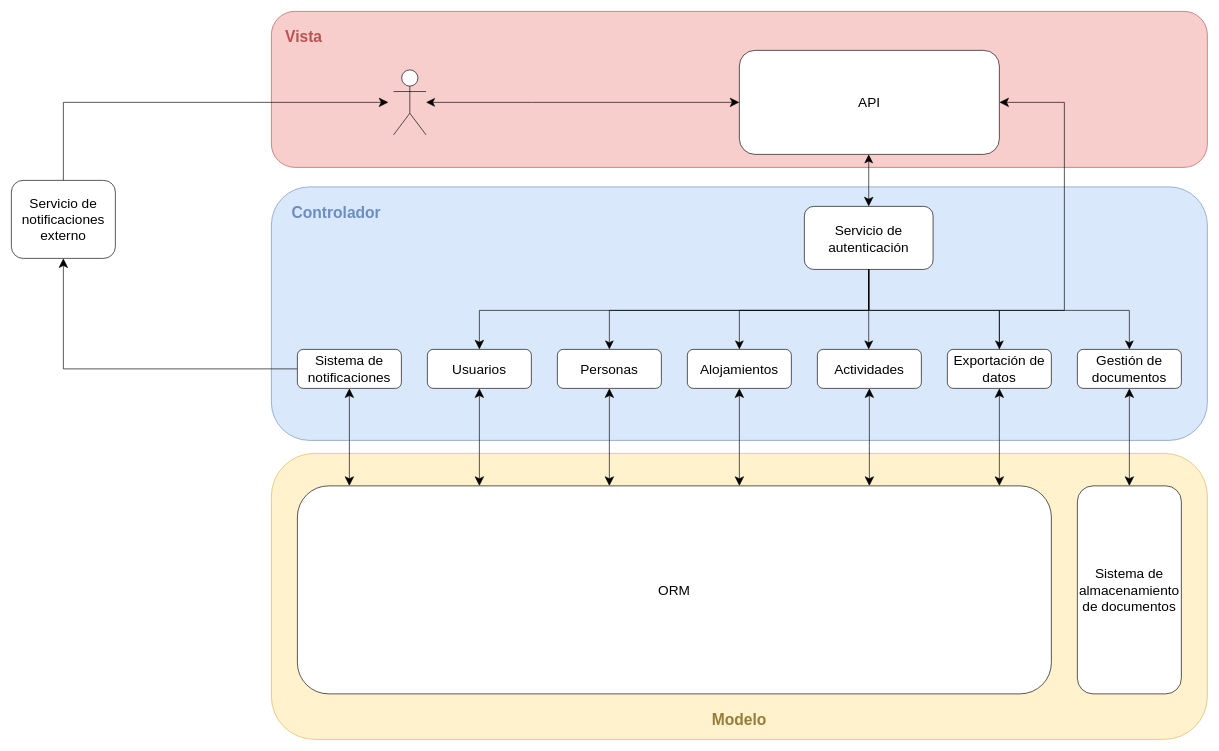
Above: diseno/sistema/Arquitectura.drawio in corderop/TFG (draw.io), before the change. Source tidied: cells renumbered, new cells numbered last; positions are measured from the earlier drawing's top-left corner, leaving out a move shared by most shapes. Both pictures are drawn from the tidied source at 65%, with x=0, y=0 at pixel (11, 11).
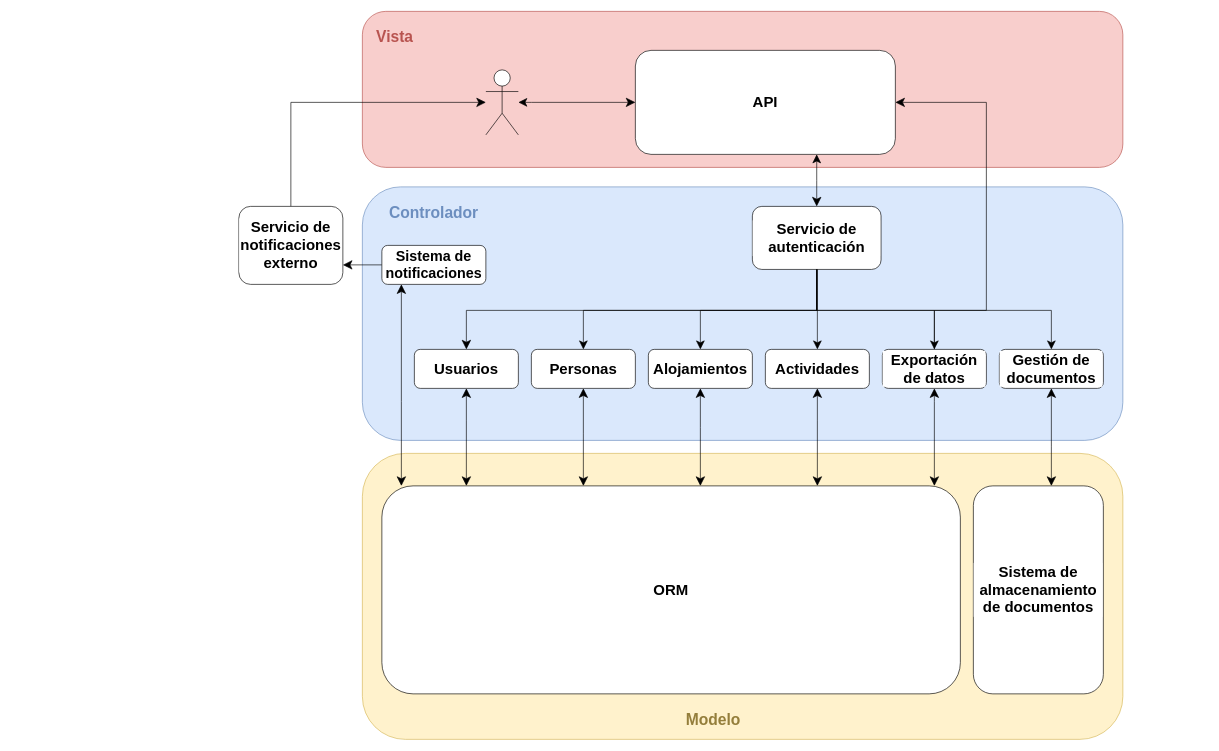
The same diagram, later.

The edit, as a diff of the source:
```diff
@@
     <mxCell id="2" style="rounded=1;whiteSpace=wrap;html=1;fillColor=#f8cecc;strokeColor=#B85450;" parent="1" vertex="1">
-      <mxGeometry x="400" width="1440" height="240" as="geometry" />
+      <mxGeometry x="540" width="1170" height="240" as="geometry" />
     </mxCell>
     <mxCell id="3" style="rounded=1;whiteSpace=wrap;html=1;fillColor=#fff2cc;strokeColor=#d6b656;" parent="1" vertex="1">
-      <mxGeometry x="400" y="680" width="1440" height="440" as="geometry" />
+      <mxGeometry x="540" y="680" width="1170" height="440" as="geometry" />
     </mxCell>
     <mxCell id="4" style="rounded=1;whiteSpace=wrap;html=1;fillColor=#dae8fc;strokeColor=#6C8EBF;" parent="1" vertex="1">
-      <mxGeometry x="400" y="270" width="1440" height="390" as="geometry" />
+      <mxGeometry x="540" y="270" width="1170" height="390" as="geometry" />
     </mxCell>
@@
     <mxCell id="6" style="shape=umlActor;verticalLabelPosition=bottom;verticalAlign=top;html=1;" parent="1" vertex="1">
-      <mxGeometry x="588" y="90" width="50" height="100" as="geometry" />
+      <mxGeometry x="730" y="90" width="50" height="100" as="geometry" />
     </mxCell>
     <mxCell id="7" style="edgeStyle=orthogonalEdgeStyle;rounded=0;jettySize=auto;html=1;startArrow=classic;startFill=1;startSize=11;endSize=12;" parent="1" edge="1" source="8" target="10">
       <mxGeometry relative="1" as="geometry">
         <Array as="points">
-          <mxPoint x="1319" y="260" />
-          <mxPoint x="1319" y="260" />
+          <mxPoint x="1239" y="260" />
+          <mxPoint x="1239" y="260" />
         </Array>
       </mxGeometry>
     </mxCell>
-    <mxCell id="8" value="&lt;font style=&quot;font-size: 21px&quot;&gt;API&lt;/font&gt;" style="rounded=1;whiteSpace=wrap;html=1;" parent="1" vertex="1">
-      <mxGeometry x="1120" y="60" width="400" height="160" as="geometry" />
+    <mxCell id="8" value="&lt;font style=&quot;font-size: 23px;&quot;&gt;API&lt;/font&gt;" style="rounded=1;whiteSpace=wrap;html=1;fontStyle=1;labelBackgroundColor=#ffffff;fontSize=23;" parent="1" vertex="1">
+      <mxGeometry x="960" y="60" width="400" height="160" as="geometry" />
     </mxCell>
     <mxCell id="9" style="edgeStyle=orthogonalEdgeStyle;rounded=0;jettySize=auto;html=1;startArrow=none;startFill=0;startSize=11;endSize=12;endArrow=classic;endFill=1;" parent="1" edge="1" source="10" target="21">
       <mxGeometry relative="1" as="geometry">
         <Array as="points">
-          <mxPoint x="1319" y="460" />
-          <mxPoint x="720" y="460" />
+          <mxPoint x="1239" y="460" />
+          <mxPoint x="700" y="460" />
         </Array>
       </mxGeometry>
     </mxCell>
-    <mxCell id="10" value="&lt;font style=&quot;font-size: 21px&quot;&gt;Servicio de autenticación&lt;/font&gt;" style="rounded=1;whiteSpace=wrap;html=1;" parent="1" vertex="1">
-      <mxGeometry x="1220" y="300" width="198" height="97" as="geometry" />
+    <mxCell id="10" value="&lt;font style=&quot;font-size: 23px;&quot;&gt;Servicio de autenticación&lt;/font&gt;" style="rounded=1;whiteSpace=wrap;html=1;fontStyle=1;labelBackgroundColor=#ffffff;fontSize=23;" parent="1" vertex="1">
+      <mxGeometry x="1140" y="300" width="198" height="97" as="geometry" />
     </mxCell>
     <mxCell id="11" style="edgeStyle=orthogonalEdgeStyle;rounded=0;jettySize=auto;html=1;startArrow=classic;startFill=1;startSize=11;endSize=12;endArrow=none;endFill=0;" parent="1" edge="1" source="13" target="10">
       <mxGeometry relative="1" as="geometry">
         <Array as="points">
-          <mxPoint x="920" y="460" />
-          <mxPoint x="1319" y="460" />
+          <mxPoint x="880" y="460" />
+          <mxPoint x="1239" y="460" />
         </Array>
       </mxGeometry>
     </mxCell>
     <mxCell id="12" style="edgeStyle=orthogonalEdgeStyle;rounded=0;jettySize=auto;html=1;startArrow=classic;startFill=1;startSize=12;endArrow=classic;endFill=1;endSize=12;" parent="1" edge="1" source="13" target="32">
       <mxGeometry relative="1" as="geometry">
         <Array as="points">
-          <mxPoint x="920" y="650" />
-          <mxPoint x="920" y="650" />
+          <mxPoint x="880" y="650" />
+          <mxPoint x="880" y="650" />
         </Array>
       </mxGeometry>
     </mxCell>
-    <mxCell id="13" value="&lt;font style=&quot;font-size: 21px&quot;&gt;Personas&lt;/font&gt;" style="rounded=1;whiteSpace=wrap;html=1;" parent="1" vertex="1">
-      <mxGeometry x="840" y="520" width="160" height="60" as="geometry" />
+    <mxCell id="13" value="&lt;font style=&quot;font-size: 23px;&quot;&gt;Personas&lt;/font&gt;" style="rounded=1;whiteSpace=wrap;html=1;fontStyle=1;fontSize=23;" parent="1" vertex="1">
+      <mxGeometry x="800" y="520" width="160" height="60" as="geometry" />
     </mxCell>
     <mxCell id="14" style="edgeStyle=orthogonalEdgeStyle;rounded=0;jettySize=auto;html=1;startArrow=classic;startFill=1;startSize=11;endArrow=none;endFill=0;endSize=12;" parent="1" edge="1" source="16" target="10">
       <mxGeometry relative="1" as="geometry">
         <Array as="points">
-          <mxPoint x="1120" y="460" />
-          <mxPoint x="1319" y="460" />
+          <mxPoint x="1060" y="460" />
+          <mxPoint x="1239" y="460" />
         </Array>
       </mxGeometry>
     </mxCell>
     <mxCell id="15" style="edgeStyle=orthogonalEdgeStyle;rounded=0;jettySize=auto;html=1;startArrow=classic;startFill=1;startSize=12;endArrow=classic;endFill=1;endSize=12;" parent="1" edge="1" source="16" target="32">
       <mxGeometry relative="1" as="geometry">
         <Array as="points">
-          <mxPoint x="1120" y="680" />
-          <mxPoint x="1120" y="680" />
+          <mxPoint x="1060" y="640" />
+          <mxPoint x="1060" y="640" />
         </Array>
       </mxGeometry>
     </mxCell>
-    <mxCell id="16" value="&lt;font style=&quot;font-size: 21px&quot;&gt;Alojamientos&lt;/font&gt;" style="rounded=1;whiteSpace=wrap;html=1;" parent="1" vertex="1">
-      <mxGeometry x="1040" y="520" width="160" height="60" as="geometry" />
+    <mxCell id="16" value="&lt;font style=&quot;font-size: 23px;&quot;&gt;Alojamientos&lt;/font&gt;" style="rounded=1;whiteSpace=wrap;html=1;fontStyle=1;labelBackgroundColor=#ffffff;fontSize=23;" parent="1" vertex="1">
+      <mxGeometry x="980" y="520" width="160" height="60" as="geometry" />
     </mxCell>
     <mxCell id="17" style="edgeStyle=orthogonalEdgeStyle;rounded=0;jettySize=auto;html=1;startArrow=classic;startFill=1;startSize=11;endArrow=none;endFill=0;endSize=12;" parent="1" edge="1" source="19" target="10">
       <mxGeometry relative="1" as="geometry">
         <Array as="points">
-          <mxPoint x="1319" y="454" />
-          <mxPoint x="1319" y="454" />
+          <mxPoint x="1240" y="430" />
+          <mxPoint x="1240" y="430" />
         </Array>
       </mxGeometry>
     </mxCell>
     <mxCell id="18" style="edgeStyle=orthogonalEdgeStyle;rounded=0;jettySize=auto;html=1;startArrow=classic;startFill=1;startSize=12;endArrow=classic;endFill=1;endSize=12;" parent="1" edge="1" source="19" target="32">
       <mxGeometry relative="1" as="geometry">
         <Array as="points">
-          <mxPoint x="1320" y="670" />
-          <mxPoint x="1320" y="670" />
+          <mxPoint x="1240" y="630" />
+          <mxPoint x="1240" y="630" />
         </Array>
       </mxGeometry>
     </mxCell>
-    <mxCell id="19" value="&lt;font style=&quot;font-size: 21px&quot;&gt;Actividades&lt;/font&gt;" style="rounded=1;whiteSpace=wrap;html=1;" parent="1" vertex="1">
-      <mxGeometry x="1240" y="520" width="160" height="60" as="geometry" />
+    <mxCell id="19" value="&lt;font style=&quot;font-size: 23px;&quot;&gt;Actividades&lt;/font&gt;" style="rounded=1;whiteSpace=wrap;html=1;fontStyle=1;labelBackgroundColor=#ffffff;fontSize=23;" parent="1" vertex="1">
+      <mxGeometry x="1160" y="520" width="160" height="60" as="geometry" />
     </mxCell>
     <mxCell id="20" style="edgeStyle=orthogonalEdgeStyle;rounded=0;jettySize=auto;html=1;startArrow=classic;startFill=1;startSize=12;endArrow=classic;endFill=1;endSize=12;" parent="1" edge="1" source="21" target="32">
       <mxGeometry relative="1" as="geometry">
         <Array as="points">
-          <mxPoint x="720" y="680" />
-          <mxPoint x="720" y="680" />
+          <mxPoint x="700" y="630" />
+          <mxPoint x="700" y="630" />
         </Array>
       </mxGeometry>
     </mxCell>
-    <mxCell id="21" value="&lt;font style=&quot;font-size: 21px&quot;&gt;Usuarios&lt;br&gt;&lt;/font&gt;" style="rounded=1;whiteSpace=wrap;html=1;" parent="1" vertex="1">
-      <mxGeometry x="640" y="520" width="160" height="60" as="geometry" />
+    <mxCell id="21" value="&lt;font style=&quot;font-size: 23px;&quot;&gt;Usuarios&lt;br style=&quot;font-size: 23px;&quot;&gt;&lt;/font&gt;" style="rounded=1;whiteSpace=wrap;html=1;fontSize=23;fontStyle=1;" parent="1" vertex="1">
+      <mxGeometry x="620" y="520" width="160" height="60" as="geometry" />
     </mxCell>
     <mxCell id="22" style="edgeStyle=orthogonalEdgeStyle;rounded=0;jettySize=auto;html=1;startArrow=classic;startFill=1;startSize=11;endArrow=none;endFill=0;endSize=12;" parent="1" edge="1" source="24" target="10">
       <mxGeometry relative="1" as="geometry">
         <Array as="points">
-          <mxPoint x="1720" y="460" />
-          <mxPoint x="1319" y="460" />
+          <mxPoint x="1600" y="460" />
+          <mxPoint x="1239" y="460" />
         </Array>
       </mxGeometry>
     </mxCell>
     <mxCell id="23" style="edgeStyle=orthogonalEdgeStyle;rounded=0;jettySize=auto;html=1;startArrow=classic;startFill=1;startSize=12;endArrow=classic;endFill=1;endSize=12;" parent="1" edge="1" source="24" target="33">
-      <mxGeometry relative="1" as="geometry" />
+      <mxGeometry relative="1" as="geometry">
+        <Array as="points">
+          <mxPoint x="1600" y="670" />
+          <mxPoint x="1600" y="670" />
+        </Array>
+      </mxGeometry>
     </mxCell>
-    <mxCell id="24" value="&lt;font style=&quot;font-size: 21px&quot;&gt;Gestión de documentos&lt;br&gt;&lt;/font&gt;" style="rounded=1;whiteSpace=wrap;html=1;" parent="1" vertex="1">
-      <mxGeometry x="1640" y="520" width="160" height="60" as="geometry" />
+    <mxCell id="24" value="&lt;font style=&quot;font-size: 23px;&quot;&gt;Gestión de documentos&lt;br style=&quot;font-size: 23px;&quot;&gt;&lt;/font&gt;" style="rounded=1;whiteSpace=wrap;html=1;fontStyle=1;labelBackgroundColor=#ffffff;fontSize=23;" parent="1" vertex="1">
+      <mxGeometry x="1520" y="520" width="160" height="60" as="geometry" />
     </mxCell>
     <mxCell id="25" style="edgeStyle=orthogonalEdgeStyle;rounded=0;jettySize=auto;html=1;startArrow=classic;startFill=1;startSize=11;endArrow=none;endFill=0;endSize=12;" parent="1" edge="1" source="28" target="10">
       <mxGeometry relative="1" as="geometry">
         <Array as="points">
-          <mxPoint x="1520" y="460" />
-          <mxPoint x="1319" y="460" />
+          <mxPoint x="1420" y="460" />
+          <mxPoint x="1239" y="460" />
         </Array>
       </mxGeometry>
     </mxCell>
     <mxCell id="26" style="edgeStyle=orthogonalEdgeStyle;rounded=0;jettySize=auto;html=1;startArrow=none;startFill=0;startSize=11;endArrow=classic;endFill=1;endSize=12;" parent="1" edge="1" source="28" target="8">
       <mxGeometry relative="1" as="geometry">
         <Array as="points">
-          <mxPoint x="1520" y="460" />
-          <mxPoint x="1620" y="460" />
-          <mxPoint x="1620" y="140" />
+          <mxPoint x="1420" y="460" />
+          <mxPoint x="1500" y="460" />
+          <mxPoint x="1500" y="140" />
         </Array>
       </mxGeometry>
     </mxCell>
     <mxCell id="27" style="edgeStyle=orthogonalEdgeStyle;rounded=0;jettySize=auto;html=1;startArrow=classic;startFill=1;startSize=12;endArrow=classic;endFill=1;endSize=12;" parent="1" edge="1" source="28" target="32">
       <mxGeometry relative="1" as="geometry">
         <Array as="points">
-          <mxPoint x="1520" y="650" />
-          <mxPoint x="1520" y="650" />
+          <mxPoint x="1420" y="600" />
+          <mxPoint x="1420" y="600" />
         </Array>
       </mxGeometry>
     </mxCell>
-    <mxCell id="28" value="&lt;font style=&quot;font-size: 21px&quot;&gt;Exportación de datos&lt;br&gt;&lt;/font&gt;" style="rounded=1;whiteSpace=wrap;html=1;" parent="1" vertex="1">
-      <mxGeometry x="1440" y="520" width="160" height="60" as="geometry" />
+    <mxCell id="28" value="&lt;font style=&quot;font-size: 23px;&quot;&gt;Exportación de datos&lt;br style=&quot;font-size: 23px;&quot;&gt;&lt;/font&gt;" style="rounded=1;whiteSpace=wrap;html=1;fontStyle=1;labelBackgroundColor=#ffffff;fontSize=23;" parent="1" vertex="1">
+      <mxGeometry x="1340" y="520" width="160" height="60" as="geometry" />
     </mxCell>
     <mxCell id="29" style="edgeStyle=orthogonalEdgeStyle;rounded=0;jettySize=auto;html=1;startArrow=classic;startFill=1;startSize=12;endArrow=classic;endFill=1;endSize=12;" parent="1" edge="1" source="31" target="32">
       <mxGeometry relative="1" as="geometry">
         <Array as="points">
-          <mxPoint x="520" y="660" />
-          <mxPoint x="520" y="660" />
+          <mxPoint x="600" y="600" />
+          <mxPoint x="600" y="600" />
         </Array>
       </mxGeometry>
     </mxCell>
     <mxCell id="30" style="edgeStyle=orthogonalEdgeStyle;rounded=0;jettySize=auto;html=1;startArrow=none;startFill=0;startSize=12;endArrow=classic;endFill=1;endSize=12;" parent="1" edge="1" source="31" target="35">
-      <mxGeometry relative="1" as="geometry" />
+      <mxGeometry relative="1" as="geometry">
+        <Array as="points">
+          <mxPoint x="620" y="360" />
+          <mxPoint x="620" y="360" />
+        </Array>
+      </mxGeometry>
     </mxCell>
-    <mxCell id="31" value="&lt;font style=&quot;font-size: 21px&quot;&gt;Sistema de notificaciones&lt;br&gt;&lt;/font&gt;" style="rounded=1;whiteSpace=wrap;html=1;" parent="1" vertex="1">
-      <mxGeometry x="440" y="520" width="160" height="60" as="geometry" />
+    <mxCell id="31" value="&lt;font style=&quot;font-size: 22px;&quot;&gt;Sistema de notificaciones&lt;br style=&quot;font-size: 22px;&quot;&gt;&lt;/font&gt;" style="rounded=1;whiteSpace=wrap;html=1;fontSize=22;fontStyle=1;" parent="1" vertex="1">
+      <mxGeometry x="570" y="360" width="160" height="60" as="geometry" />
     </mxCell>
-    <mxCell id="32" value="&lt;font style=&quot;font-size: 21px&quot;&gt;ORM&lt;/font&gt;" style="rounded=1;whiteSpace=wrap;html=1;" parent="1" vertex="1">
-      <mxGeometry x="440" y="730" width="1160" height="320" as="geometry" />
+    <mxCell id="32" value="&lt;font style=&quot;font-size: 23px;&quot;&gt;ORM&lt;/font&gt;" style="rounded=1;whiteSpace=wrap;html=1;fontStyle=1;labelBackgroundColor=#ffffff;fontSize=23;" parent="1" vertex="1">
+      <mxGeometry x="570" y="730" width="890" height="320" as="geometry" />
     </mxCell>
-    <mxCell id="33" value="&lt;font style=&quot;font-size: 21px&quot;&gt;Sistema de almacenamiento de documentos&lt;/font&gt;" style="rounded=1;whiteSpace=wrap;html=1;" parent="1" vertex="1">
-      <mxGeometry x="1640" y="730" width="160" height="320" as="geometry" />
+    <mxCell id="33" value="&lt;font style=&quot;font-size: 23px;&quot;&gt;Sistema de almacenamiento de documentos&lt;/font&gt;" style="rounded=1;whiteSpace=wrap;html=1;fontStyle=1;labelBackgroundColor=#ffffff;fontSize=23;" parent="1" vertex="1">
+      <mxGeometry x="1480" y="730" width="200" height="320" as="geometry" />
     </mxCell>
     <mxCell id="34" style="edgeStyle=orthogonalEdgeStyle;rounded=0;jettySize=auto;html=1;startArrow=none;startFill=0;startSize=12;endArrow=classic;endFill=1;endSize=12;" parent="1" edge="1" source="35">
       <mxGeometry relative="1" as="geometry">
-        <mxPoint x="580" y="140" as="targetPoint" />
+        <mxPoint x="730" y="140" as="targetPoint" />
         <Array as="points">
-          <mxPoint x="80" y="140" />
+          <mxPoint x="430" y="140" />
         </Array>
       </mxGeometry>
     </mxCell>
-    <mxCell id="35" value="&lt;font style=&quot;font-size: 21px&quot;&gt;Servicio de notificaciones externo&lt;br&gt;&lt;/font&gt;" style="rounded=1;whiteSpace=wrap;html=1;" parent="1" vertex="1">
-      <mxGeometry y="260" width="160" height="120" as="geometry" />
+    <mxCell id="35" value="&lt;font style=&quot;font-size: 23px;&quot;&gt;Servicio de notificaciones externo&lt;br style=&quot;font-size: 23px;&quot;&gt;&lt;/font&gt;" style="rounded=1;whiteSpace=wrap;html=1;fontStyle=1;labelBackgroundColor=#ffffff;fontSize=23;" parent="1" vertex="1">
+      <mxGeometry x="350" y="300" width="160" height="120" as="geometry" />
     </mxCell>
     <mxCell id="36" value="&lt;b&gt;&lt;font style=&quot;font-size: 24px&quot; color=&quot;#947e3b&quot;&gt;Modelo&lt;/font&gt;&lt;/b&gt;" style="text;html=1;align=center;verticalAlign=middle;whiteSpace=wrap;rounded=0;" parent="1" vertex="1">
-      <mxGeometry x="1100" y="1080" width="40" height="20" as="geometry" />
+      <mxGeometry x="1060" y="1080" width="40" height="20" as="geometry" />
     </mxCell>
     <mxCell id="37" value="&lt;b&gt;&lt;font style=&quot;font-size: 24px&quot; color=&quot;#6c8ebf&quot;&gt;Controlador&lt;/font&gt;&lt;/b&gt;" style="text;html=1;align=center;verticalAlign=middle;whiteSpace=wrap;rounded=0;" parent="1" vertex="1">
-      <mxGeometry x="480" y="300" width="40" height="20" as="geometry" />
+      <mxGeometry x="630" y="300" width="40" height="20" as="geometry" />
     </mxCell>
     <mxCell id="38" value="&lt;b&gt;&lt;font style=&quot;font-size: 24px&quot; color=&quot;#b85450&quot;&gt;Vista&lt;/font&gt;&lt;/b&gt;" style="text;html=1;align=center;verticalAlign=middle;whiteSpace=wrap;rounded=0;" parent="1" vertex="1">
-      <mxGeometry x="430" y="30" width="40" height="20" as="geometry" />
+      <mxGeometry x="570" y="30" width="40" height="20" as="geometry" />
     </mxCell>
```
